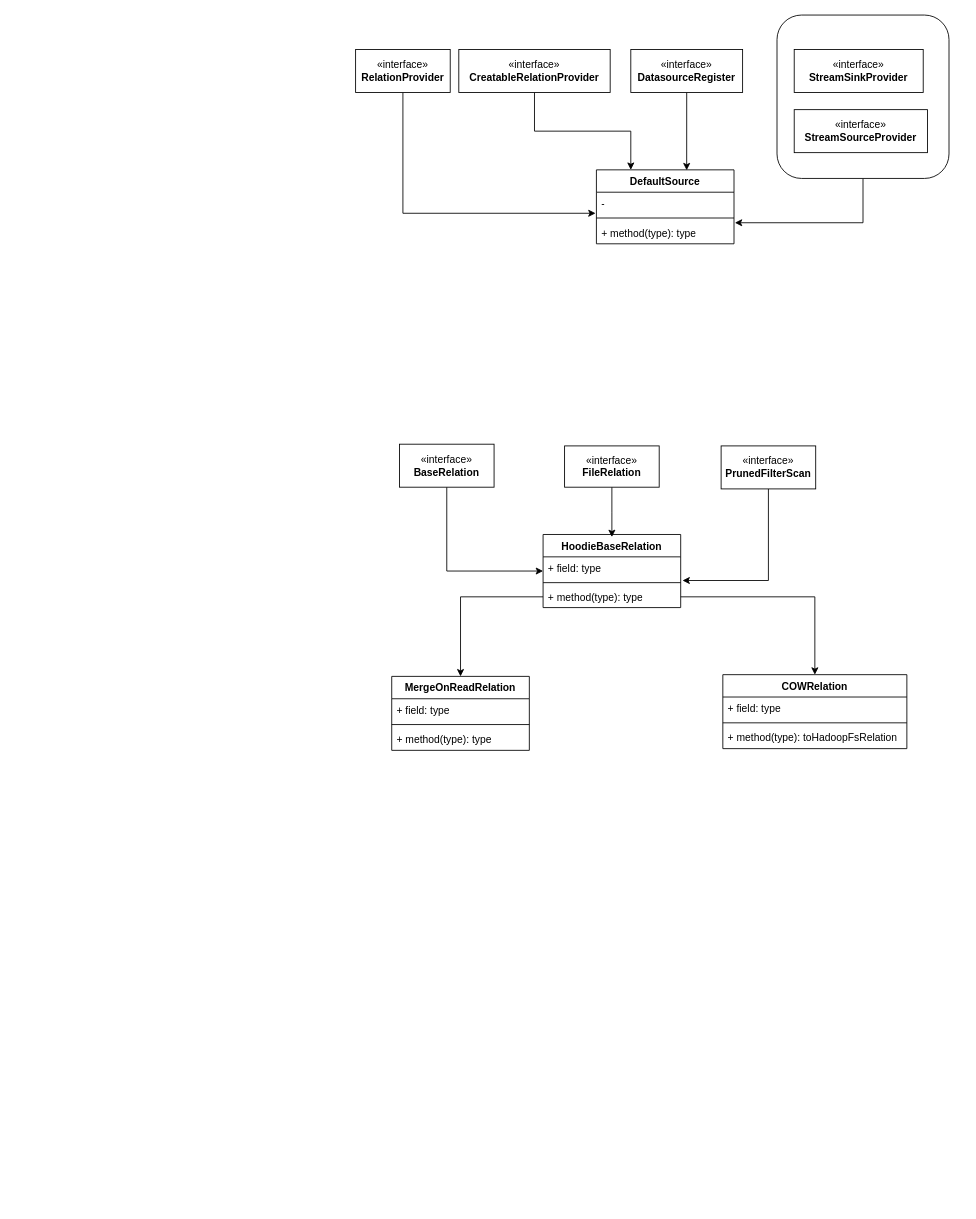
Above: HUDI arch.drawio in boneanxs/drawIo (draw.io), before the change. Source tidied: cells renumbered, new cells numbered last; positions are measured from the earlier drawing's top-left corner, leaving out a move shared by most shapes. Both pictures are drawn from the tidied source at 86%, with x=0, y=0 at pixel (355, 15).
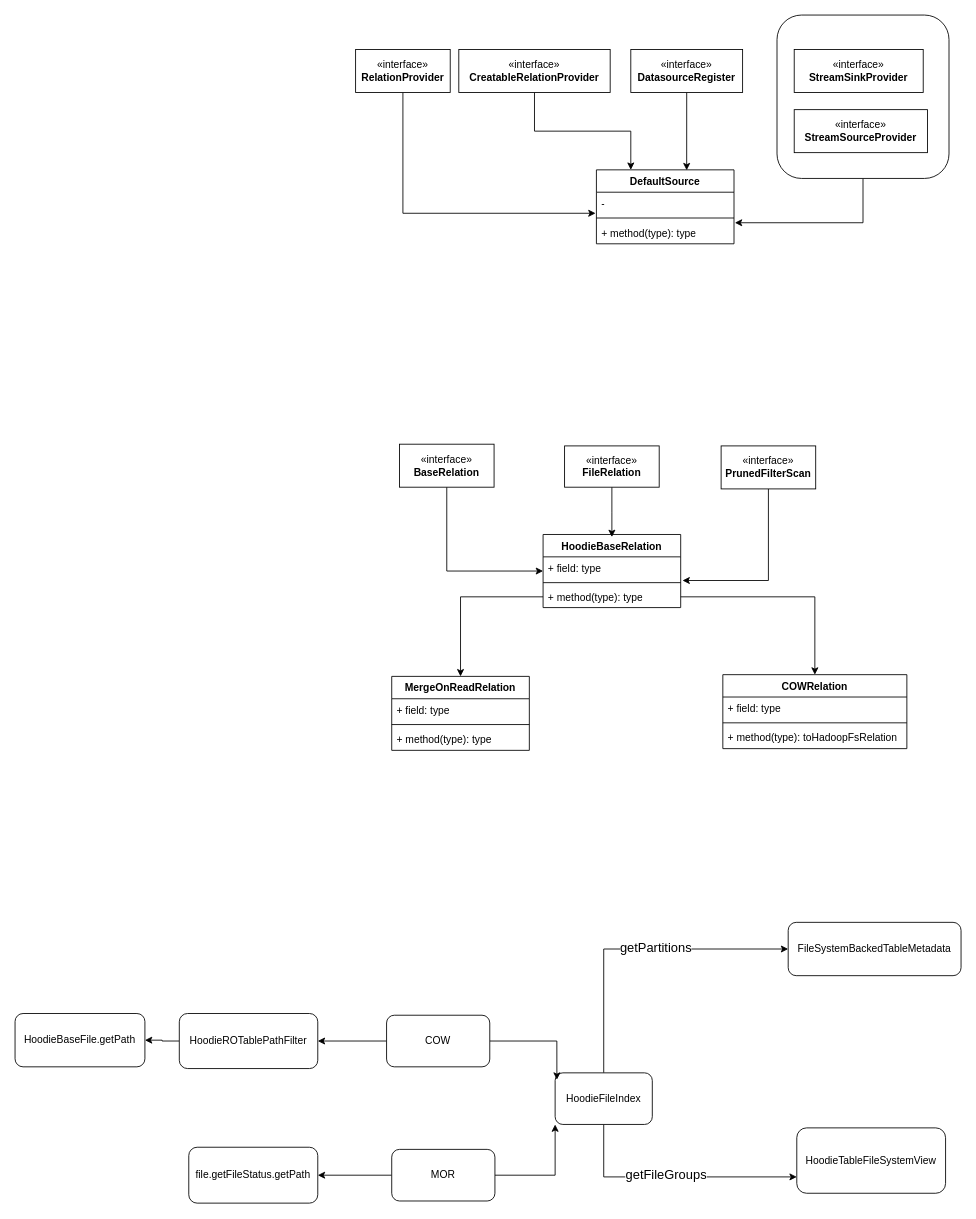
Above is the later version.

Change to the diagram source:
```diff
@@
+    <mxCell id="36" style="edgeStyle=orthogonalEdgeStyle;rounded=0;jettySize=auto;html=1;entryX=0;entryY=0.5;entryDx=0;entryDy=0;exitX=0.5;exitY=0;exitDx=0;exitDy=0;" parent="1" edge="1" source="40" target="41">
+      <mxGeometry relative="1" as="geometry" />
+    </mxCell>
+    <mxCell id="37" value="&lt;font style=&quot;font-size: 15px;&quot;&gt;getPartitions&lt;/font&gt;" style="edgeLabel;html=1;align=center;verticalAlign=middle;" parent="36" vertex="1">
+      <mxGeometry x="0.14" relative="1" as="geometry">
+        <mxPoint y="-3" as="offset" />
+      </mxGeometry>
+    </mxCell>
+    <mxCell id="38" style="edgeStyle=orthogonalEdgeStyle;rounded=0;jettySize=auto;html=1;entryX=0;entryY=0.75;entryDx=0;entryDy=0;exitX=0.5;exitY=1;exitDx=0;exitDy=0;" parent="1" edge="1" source="40" target="52">
+      <mxGeometry relative="1" as="geometry" />
+    </mxCell>
+    <mxCell id="39" value="&lt;font style=&quot;font-size: 15px;&quot;&gt;getFileGroups&lt;/font&gt;" style="edgeLabel;html=1;align=center;verticalAlign=middle;" parent="38" vertex="1">
+      <mxGeometry x="0.04" relative="1" as="geometry">
+        <mxPoint x="-15" y="-4" as="offset" />
+      </mxGeometry>
+    </mxCell>
+    <mxCell id="40" value="HoodieFileIndex" style="rounded=1;whiteSpace=wrap;html=1;" parent="1" vertex="1">
+      <mxGeometry x="232" y="1230" width="113" height="60" as="geometry" />
+    </mxCell>
+    <mxCell id="41" value="FileSystemBackedTableMetadata" style="rounded=1;whiteSpace=wrap;html=1;" parent="1" vertex="1">
+      <mxGeometry x="503" y="1055" width="201" height="62" as="geometry" />
+    </mxCell>
+    <mxCell id="42" style="edgeStyle=orthogonalEdgeStyle;rounded=0;jettySize=auto;html=1;entryX=1;entryY=0.5;entryDx=0;entryDy=0;" parent="1" edge="1" source="44" target="49">
+      <mxGeometry relative="1" as="geometry" />
+    </mxCell>
+    <mxCell id="43" style="edgeStyle=orthogonalEdgeStyle;rounded=0;jettySize=auto;html=1;entryX=0.018;entryY=0.133;entryDx=0;entryDy=0;entryPerimeter=0;" parent="1" edge="1" source="44" target="40">
+      <mxGeometry relative="1" as="geometry" />
+    </mxCell>
+    <mxCell id="44" value="COW" style="rounded=1;whiteSpace=wrap;html=1;" parent="1" vertex="1">
+      <mxGeometry x="36" y="1163" width="120" height="60" as="geometry" />
+    </mxCell>
+    <mxCell id="45" style="edgeStyle=orthogonalEdgeStyle;rounded=0;jettySize=auto;html=1;entryX=0;entryY=1;entryDx=0;entryDy=0;" parent="1" edge="1" source="47" target="40">
+      <mxGeometry relative="1" as="geometry" />
+    </mxCell>
+    <mxCell id="46" style="edgeStyle=orthogonalEdgeStyle;rounded=0;jettySize=auto;html=1;entryX=1;entryY=0.5;entryDx=0;entryDy=0;" parent="1" edge="1" source="47" target="51">
+      <mxGeometry relative="1" as="geometry" />
+    </mxCell>
+    <mxCell id="47" value="MOR" style="rounded=1;whiteSpace=wrap;html=1;" parent="1" vertex="1">
+      <mxGeometry x="42" y="1319" width="120" height="60" as="geometry" />
+    </mxCell>
+    <mxCell id="48" style="edgeStyle=orthogonalEdgeStyle;rounded=0;jettySize=auto;html=1;" parent="1" edge="1" source="49" target="50">
+      <mxGeometry relative="1" as="geometry" />
+    </mxCell>
+    <mxCell id="49" value="HoodieROTablePathFilter" style="rounded=1;whiteSpace=wrap;html=1;" parent="1" vertex="1">
+      <mxGeometry x="-205" y="1161" width="161" height="64" as="geometry" />
+    </mxCell>
+    <mxCell id="50" value="HoodieBaseFile.getPath" style="rounded=1;whiteSpace=wrap;html=1;" parent="1" vertex="1">
+      <mxGeometry x="-396" y="1161" width="151" height="62" as="geometry" />
+    </mxCell>
+    <mxCell id="51" value="file.getFileStatus.getPath" style="rounded=1;whiteSpace=wrap;html=1;" parent="1" vertex="1">
+      <mxGeometry x="-194" y="1316.5" width="150" height="65" as="geometry" />
+    </mxCell>
+    <mxCell id="52" value="HoodieTableFileSystemView" style="rounded=1;whiteSpace=wrap;html=1;" parent="1" vertex="1">
+      <mxGeometry x="513" y="1294" width="173" height="76" as="geometry" />
+    </mxCell>
```
